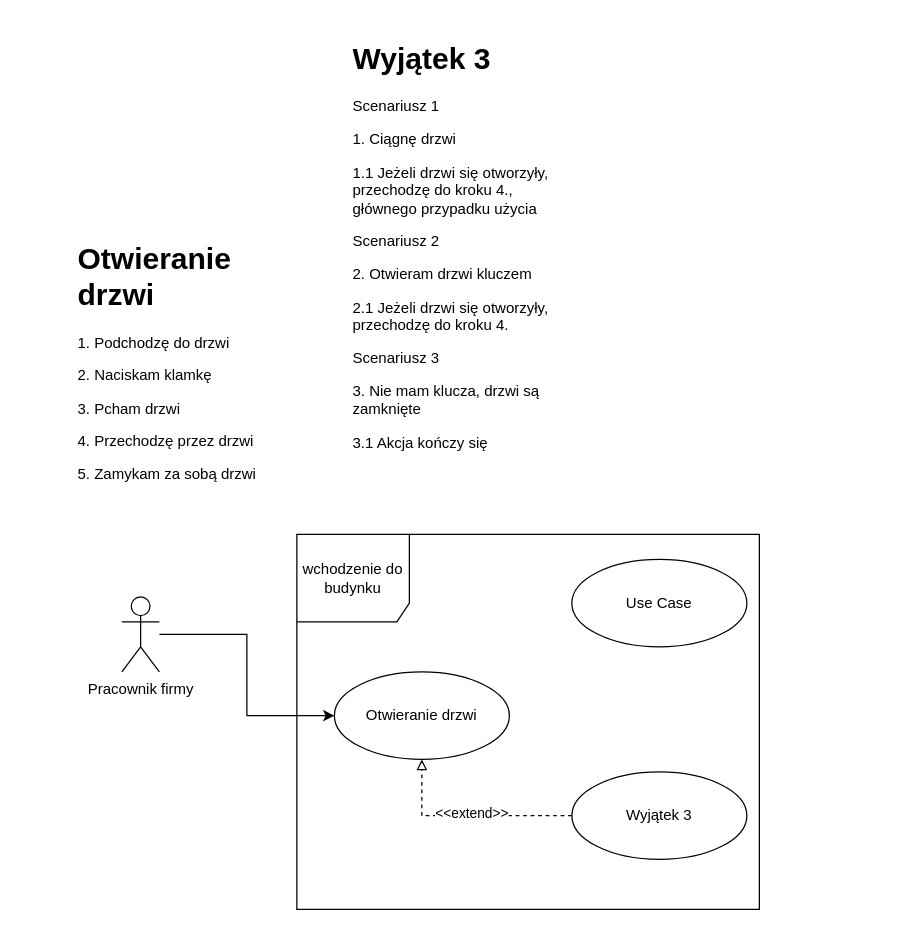
Before: diagram 3.drawio in JuliaZofiaCodes/ASI, a draw.io diagram. Source tidied: cells renumbered, new cells numbered last; positions are measured from the earlier drawing's top-left corner, leaving out a move shared by most shapes. Both pictures are drawn from the tidied source at 125%, with x=0, y=0 at pixel (71, 34).
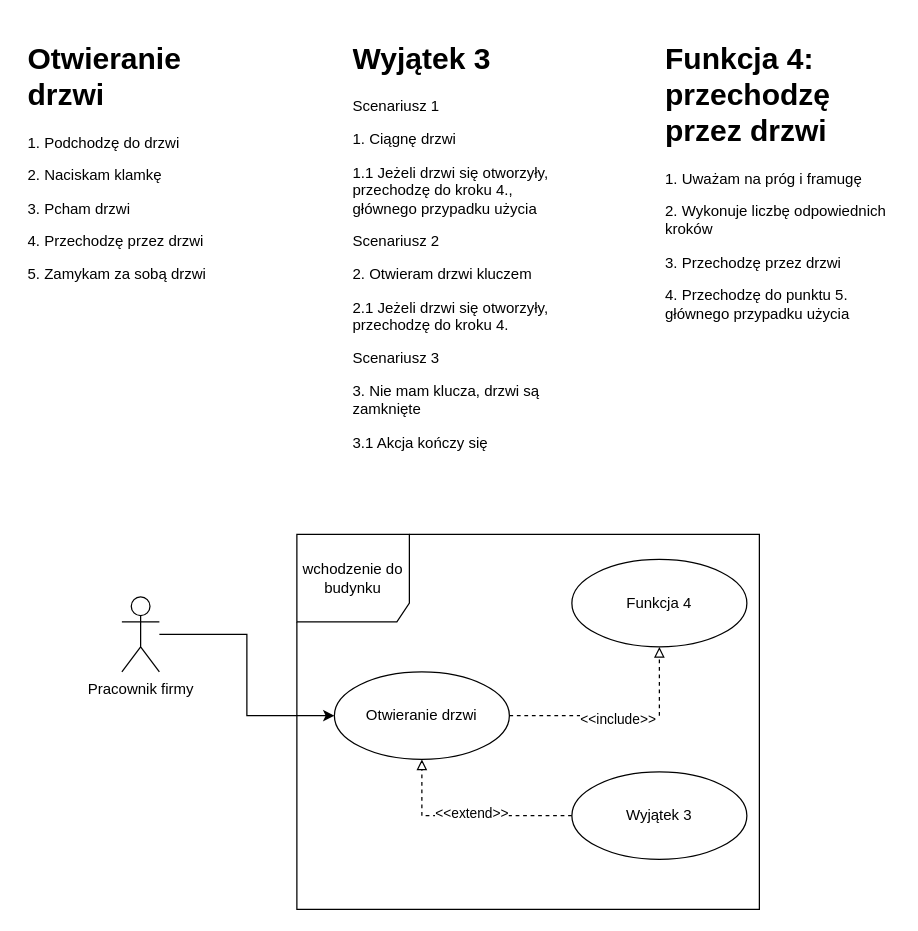
The same diagram, later.

Diff of the diagram source:
```diff
@@
 <mxGraphModel>
   <root>
     <mxCell id="0" />
     <mxCell id="1" parent="0" />
     <mxCell id="2" value="wchodzenie do budynku" style="shape=umlFrame;whiteSpace=wrap;html=1;width=90;height=70;" parent="1" vertex="1">
       <mxGeometry x="180" y="400" width="370" height="300" as="geometry" />
     </mxCell>
     <mxCell id="3" style="edgeStyle=orthogonalEdgeStyle;rounded=0;jettySize=auto;html=1;" parent="1" edge="1" source="4" target="5">
       <mxGeometry relative="1" as="geometry" />
     </mxCell>
     <mxCell id="4" value="Pracownik firmy" style="shape=umlActor;verticalLabelPosition=bottom;verticalAlign=top;html=1;" parent="1" vertex="1">
       <mxGeometry x="40" y="450" width="30" height="60" as="geometry" />
     </mxCell>
+    <mxCell id="12" style="edgeStyle=orthogonalEdgeStyle;rounded=0;jettySize=auto;html=1;dashed=1;endArrow=block;endFill=0;" parent="1" edge="1" source="5" target="6">
+      <mxGeometry relative="1" as="geometry" />
+    </mxCell>
+    <mxCell id="13" value="&amp;lt;&amp;lt;include&amp;gt;&amp;gt;" style="edgeLabel;html=1;align=center;verticalAlign=middle;" parent="12" vertex="1">
+      <mxGeometry x="-0.02" y="-2" relative="1" as="geometry" />
+    </mxCell>
     <mxCell id="5" value="Otwieranie drzwi" style="ellipse;whiteSpace=wrap;html=1;" parent="1" vertex="1">
       <mxGeometry x="210" y="510" width="140" height="70" as="geometry" />
     </mxCell>
-    <mxCell id="6" value="Use Case" style="ellipse;whiteSpace=wrap;html=1;" parent="1" vertex="1">
+    <mxCell id="6" value="Funkcja 4" style="ellipse;whiteSpace=wrap;html=1;" parent="1" vertex="1">
       <mxGeometry x="400" y="420" width="140" height="70" as="geometry" />
     </mxCell>
     <mxCell id="7" style="edgeStyle=orthogonalEdgeStyle;rounded=0;jettySize=auto;html=1;entryX=0.5;entryY=1;entryDx=0;entryDy=0;dashed=1;endArrow=block;endFill=0;" parent="1" edge="1" source="9" target="5">
       <mxGeometry relative="1" as="geometry" />
     </mxCell>
     <mxCell id="8" value="&amp;lt;&amp;lt;extend&amp;gt;&amp;gt;" style="edgeLabel;html=1;align=center;verticalAlign=middle;" parent="7" vertex="1">
       <mxGeometry x="-0.02" y="-3" relative="1" as="geometry" />
     </mxCell>
     <mxCell id="9" value="Wyjątek 3" style="ellipse;whiteSpace=wrap;html=1;" parent="1" vertex="1">
       <mxGeometry x="400" y="590" width="140" height="70" as="geometry" />
     </mxCell>
     <mxCell id="10" value="&lt;h1&gt;Otwieranie drzwi&lt;/h1&gt;&lt;p&gt;1. Podchodzę do drzwi&lt;/p&gt;&lt;p&gt;2. Naciskam klamkę&lt;/p&gt;&lt;p&gt;3. Pcham drzwi&lt;/p&gt;&lt;p&gt;4. Przechodzę przez drzwi&lt;/p&gt;&lt;p&gt;5. Zamykam za sobą drzwi&lt;/p&gt;" style="text;html=1;strokeColor=none;fillColor=none;spacing=5;spacingTop=-20;whiteSpace=wrap;overflow=hidden;rounded=0;" parent="1" vertex="1">
-      <mxGeometry y="160" width="190" height="210" as="geometry" />
+      <mxGeometry x="-40" width="190" height="210" as="geometry" />
     </mxCell>
     <mxCell id="11" value="&lt;h1&gt;Wyjątek 3&lt;/h1&gt;&lt;p&gt;Scenariusz 1&lt;/p&gt;&lt;p&gt;1. Ciągnę drzwi&lt;/p&gt;&lt;p&gt;1.1 Jeżeli drzwi się otworzyły, przechodzę do kroku 4., głównego przypadku użycia&lt;/p&gt;&lt;p&gt;Scenariusz 2&lt;/p&gt;&lt;p&gt;2. Otwieram drzwi kluczem&lt;/p&gt;&lt;p&gt;2.1 Jeżeli drzwi się otworzyły, przechodzę do kroku 4.&lt;/p&gt;&lt;p&gt;Scenariusz 3&lt;/p&gt;&lt;p&gt;3. Nie mam klucza, drzwi są zamknięte&lt;/p&gt;&lt;p&gt;3.1 Akcja kończy się&lt;/p&gt;" style="text;html=1;strokeColor=none;fillColor=none;spacing=5;spacingTop=-20;whiteSpace=wrap;overflow=hidden;rounded=0;" parent="1" vertex="1">
       <mxGeometry x="220" width="190" height="370" as="geometry" />
     </mxCell>
+    <mxCell id="14" value="&lt;h1&gt;Funkcja 4: przechodzę przez drzwi&lt;/h1&gt;&lt;p&gt;1. Uważam na próg i framugę&lt;/p&gt;&lt;p&gt;2. Wykonuje liczbę odpowiednich kroków&lt;/p&gt;&lt;p&gt;3. Przechodzę przez drzwi&lt;/p&gt;&lt;p&gt;4. Przechodzę do punktu 5. głównego przypadku użycia&lt;/p&gt;" style="text;html=1;strokeColor=none;fillColor=none;spacing=5;spacingTop=-20;whiteSpace=wrap;overflow=hidden;rounded=0;" parent="1" vertex="1">
+      <mxGeometry x="470" width="190" height="270" as="geometry" />
+    </mxCell>
   </root>
 </mxGraphModel>
```
